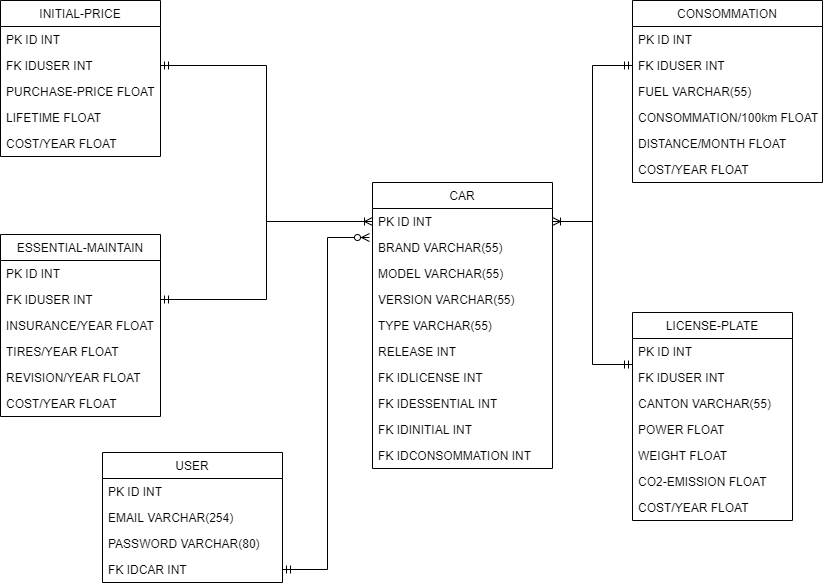
The draw.io diagram Documentation/Sprint1/DB-MLD.PNG in ThomasCPNV/CcubeProject, before a commit. Source tidied: cells renumbered, new cells last; positions are measured from the earlier drawing's top-left corner, leaving out a move shared by most shapes.
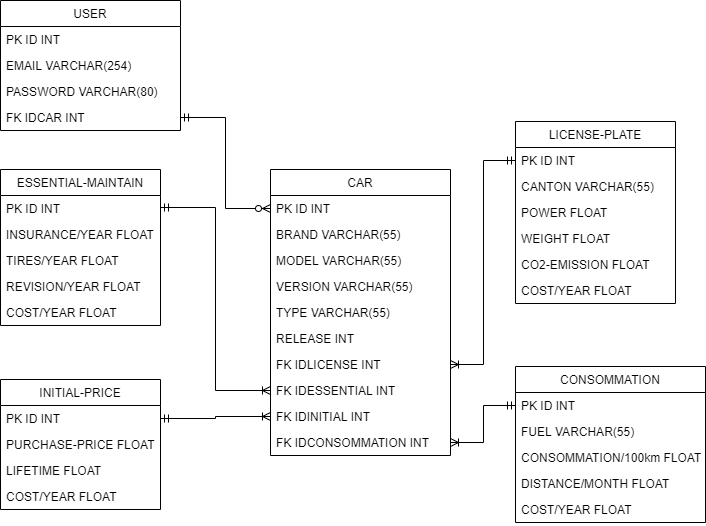
The same file after the commit.

Change to the diagram source:
```diff
@@ -3,7 +3,7 @@
     <mxCell id="0" />
     <mxCell id="1" parent="0" />
     <mxCell id="2" value="CAR" style="swimlane;fontStyle=0;horizontal=1;startSize=26;fillColor=none;" parent="1" vertex="1">
-      <mxGeometry x="372" y="182" width="180" height="286" as="geometry" />
+      <mxGeometry x="282" y="133" width="180" height="286" as="geometry" />
     </mxCell>
     <mxCell id="3" value="PK ID INT" style="text;strokeColor=none;fillColor=none;align=left;verticalAlign=top;spacingLeft=4;spacingRight=4;overflow=hidden;points=[[0,0.5],[1,0.5]];portConstraint=eastwest;" parent="2" vertex="1">
       <mxGeometry y="26" width="180" height="26" as="geometry" />
@@ -36,103 +36,91 @@
       <mxGeometry y="260" width="180" height="26" as="geometry" />
     </mxCell>
     <mxCell id="13" value="LICENSE-PLATE" style="swimlane;fontStyle=0;horizontal=1;startSize=26;fillColor=none;" parent="1" vertex="1">
-      <mxGeometry x="632" y="312" width="160" height="208" as="geometry" />
+      <mxGeometry x="527" y="85" width="160" height="182" as="geometry" />
     </mxCell>
     <mxCell id="14" value="PK ID INT" style="text;strokeColor=none;fillColor=none;align=left;verticalAlign=top;spacingLeft=4;spacingRight=4;overflow=hidden;points=[[0,0.5],[1,0.5]];portConstraint=eastwest;" parent="13" vertex="1">
       <mxGeometry y="26" width="160" height="26" as="geometry" />
     </mxCell>
-    <mxCell id="15" value="FK IDUSER INT" style="text;strokeColor=none;fillColor=none;align=left;verticalAlign=top;spacingLeft=4;spacingRight=4;overflow=hidden;" parent="13" vertex="1">
-      <mxGeometry y="52" width="160" height="26" as="geometry" />
-    </mxCell>
     <mxCell id="16" value="CANTON VARCHAR(55)" style="text;strokeColor=none;fillColor=none;align=left;verticalAlign=top;spacingLeft=4;spacingRight=4;overflow=hidden;" parent="13" vertex="1">
-      <mxGeometry y="78" width="160" height="26" as="geometry" />
+      <mxGeometry y="52" width="160" height="26" as="geometry" />
     </mxCell>
     <mxCell id="17" value="POWER FLOAT" style="text;strokeColor=none;fillColor=none;align=left;verticalAlign=top;spacingLeft=4;spacingRight=4;overflow=hidden;" parent="13" vertex="1">
-      <mxGeometry y="104" width="160" height="26" as="geometry" />
+      <mxGeometry y="78" width="160" height="26" as="geometry" />
     </mxCell>
     <mxCell id="18" value="WEIGHT FLOAT" style="text;strokeColor=none;fillColor=none;align=left;verticalAlign=top;spacingLeft=4;spacingRight=4;overflow=hidden;" parent="13" vertex="1">
-      <mxGeometry y="130" width="160" height="26" as="geometry" />
+      <mxGeometry y="104" width="160" height="26" as="geometry" />
     </mxCell>
     <mxCell id="19" value="CO2-EMISSION FLOAT" style="text;strokeColor=none;fillColor=none;align=left;verticalAlign=top;spacingLeft=4;spacingRight=4;overflow=hidden;" parent="13" vertex="1">
-      <mxGeometry y="156" width="160" height="26" as="geometry" />
+      <mxGeometry y="130" width="160" height="26" as="geometry" />
     </mxCell>
     <mxCell id="20" value="COST/YEAR FLOAT" style="text;strokeColor=none;fillColor=none;align=left;verticalAlign=top;spacingLeft=4;spacingRight=4;overflow=hidden;" parent="13" vertex="1">
-      <mxGeometry y="182" width="160" height="26" as="geometry" />
+      <mxGeometry y="156" width="160" height="26" as="geometry" />
     </mxCell>
     <mxCell id="21" value="ESSENTIAL-MAINTAIN" style="swimlane;fontStyle=0;horizontal=1;startSize=26;fillColor=none;" parent="1" vertex="1">
-      <mxGeometry y="234" width="160" height="182" as="geometry" />
+      <mxGeometry x="12" y="133" width="160" height="156" as="geometry" />
     </mxCell>
     <mxCell id="22" value="PK ID INT" style="text;strokeColor=none;fillColor=none;align=left;verticalAlign=top;spacingLeft=4;spacingRight=4;overflow=hidden;points=[[0,0.5],[1,0.5]];portConstraint=eastwest;" parent="21" vertex="1">
       <mxGeometry y="26" width="160" height="26" as="geometry" />
     </mxCell>
-    <mxCell id="23" value="FK IDUSER INT" style="text;strokeColor=none;fillColor=none;align=left;verticalAlign=top;spacingLeft=4;spacingRight=4;overflow=hidden;points=[[0,0.5],[1,0.5]];portConstraint=eastwest;" parent="21" vertex="1">
-      <mxGeometry y="52" width="160" height="26" as="geometry" />
-    </mxCell>
     <mxCell id="24" value="INSURANCE/YEAR FLOAT" style="text;strokeColor=none;fillColor=none;align=left;verticalAlign=top;spacingLeft=4;spacingRight=4;overflow=hidden;" parent="21" vertex="1">
-      <mxGeometry y="78" width="160" height="26" as="geometry" />
+      <mxGeometry y="52" width="160" height="26" as="geometry" />
     </mxCell>
     <mxCell id="25" value="TIRES/YEAR FLOAT" style="text;strokeColor=none;fillColor=none;align=left;verticalAlign=top;spacingLeft=4;spacingRight=4;overflow=hidden;" parent="21" vertex="1">
-      <mxGeometry y="104" width="160" height="26" as="geometry" />
+      <mxGeometry y="78" width="160" height="26" as="geometry" />
     </mxCell>
     <mxCell id="26" value="REVISION/YEAR FLOAT" style="text;strokeColor=none;fillColor=none;align=left;verticalAlign=top;spacingLeft=4;spacingRight=4;overflow=hidden;" parent="21" vertex="1">
-      <mxGeometry y="130" width="160" height="26" as="geometry" />
+      <mxGeometry y="104" width="160" height="26" as="geometry" />
     </mxCell>
     <mxCell id="27" value="COST/YEAR FLOAT" style="text;strokeColor=none;fillColor=none;align=left;verticalAlign=top;spacingLeft=4;spacingRight=4;overflow=hidden;" parent="21" vertex="1">
-      <mxGeometry y="156" width="160" height="26" as="geometry" />
+      <mxGeometry y="130" width="160" height="26" as="geometry" />
     </mxCell>
     <mxCell id="28" value="INITIAL-PRICE" style="swimlane;fontStyle=0;horizontal=1;startSize=26;fillColor=none;" parent="1" vertex="1">
-      <mxGeometry width="160" height="156" as="geometry" />
+      <mxGeometry x="12" y="343" width="160" height="130" as="geometry" />
     </mxCell>
     <mxCell id="29" value="PK ID INT" style="text;strokeColor=none;fillColor=none;align=left;verticalAlign=top;spacingLeft=4;spacingRight=4;overflow=hidden;points=[[0,0.5],[1,0.5]];portConstraint=eastwest;" parent="28" vertex="1">
       <mxGeometry y="26" width="160" height="26" as="geometry" />
     </mxCell>
-    <mxCell id="30" value="FK IDUSER INT" style="text;strokeColor=none;fillColor=none;align=left;verticalAlign=top;spacingLeft=4;spacingRight=4;overflow=hidden;points=[[0,0.5],[1,0.5]];portConstraint=eastwest;" parent="28" vertex="1">
-      <mxGeometry y="52" width="160" height="26" as="geometry" />
-    </mxCell>
     <mxCell id="31" value="PURCHASE-PRICE FLOAT" style="text;strokeColor=none;fillColor=none;align=left;verticalAlign=top;spacingLeft=4;spacingRight=4;overflow=hidden;" parent="28" vertex="1">
-      <mxGeometry y="78" width="160" height="26" as="geometry" />
+      <mxGeometry y="52" width="160" height="26" as="geometry" />
     </mxCell>
     <mxCell id="32" value="LIFETIME FLOAT" style="text;strokeColor=none;fillColor=none;align=left;verticalAlign=top;spacingLeft=4;spacingRight=4;overflow=hidden;" parent="28" vertex="1">
-      <mxGeometry y="104" width="160" height="26" as="geometry" />
+      <mxGeometry y="78" width="160" height="26" as="geometry" />
     </mxCell>
     <mxCell id="33" value="COST/YEAR FLOAT" style="text;strokeColor=none;fillColor=none;align=left;verticalAlign=top;spacingLeft=4;spacingRight=4;overflow=hidden;" parent="28" vertex="1">
-      <mxGeometry y="130" width="160" height="26" as="geometry" />
+      <mxGeometry y="104" width="160" height="26" as="geometry" />
     </mxCell>
     <mxCell id="34" value="CONSOMMATION" style="swimlane;fontStyle=0;horizontal=1;startSize=26;fillColor=none;" parent="1" vertex="1">
-      <mxGeometry x="632" width="190" height="182" as="geometry" />
+      <mxGeometry x="527" y="330" width="190" height="156" as="geometry" />
     </mxCell>
     <mxCell id="35" value="PK ID INT" style="text;strokeColor=none;fillColor=none;align=left;verticalAlign=top;spacingLeft=4;spacingRight=4;overflow=hidden;points=[[0,0.5],[1,0.5]];portConstraint=eastwest;" parent="34" vertex="1">
       <mxGeometry y="26" width="190" height="26" as="geometry" />
     </mxCell>
-    <mxCell id="36" value="FK IDUSER INT" style="text;strokeColor=none;fillColor=none;align=left;verticalAlign=top;spacingLeft=4;spacingRight=4;overflow=hidden;points=[[0,0.5],[1,0.5]];portConstraint=eastwest;" parent="34" vertex="1">
-      <mxGeometry y="52" width="190" height="26" as="geometry" />
-    </mxCell>
     <mxCell id="37" value="FUEL VARCHAR(55)" style="text;strokeColor=none;fillColor=none;align=left;verticalAlign=top;spacingLeft=4;spacingRight=4;overflow=hidden;" parent="34" vertex="1">
-      <mxGeometry y="78" width="190" height="26" as="geometry" />
+      <mxGeometry y="52" width="190" height="26" as="geometry" />
     </mxCell>
     <mxCell id="38" value="CONSOMMATION/100km FLOAT" style="text;strokeColor=none;fillColor=none;align=left;verticalAlign=top;spacingLeft=4;spacingRight=4;overflow=hidden;" parent="34" vertex="1">
-      <mxGeometry y="104" width="190" height="26" as="geometry" />
+      <mxGeometry y="78" width="190" height="26" as="geometry" />
     </mxCell>
     <mxCell id="39" value="DISTANCE/MONTH FLOAT" style="text;strokeColor=none;fillColor=none;align=left;verticalAlign=top;spacingLeft=4;spacingRight=4;overflow=hidden;" parent="34" vertex="1">
-      <mxGeometry y="130" width="190" height="26" as="geometry" />
+      <mxGeometry y="104" width="190" height="26" as="geometry" />
     </mxCell>
     <mxCell id="40" value="COST/YEAR FLOAT" style="text;strokeColor=none;fillColor=none;align=left;verticalAlign=top;spacingLeft=4;spacingRight=4;overflow=hidden;" parent="34" vertex="1">
-      <mxGeometry y="156" width="190" height="26" as="geometry" />
+      <mxGeometry y="130" width="190" height="26" as="geometry" />
     </mxCell>
-    <mxCell id="41" style="edgeStyle=orthogonalEdgeStyle;rounded=0;jettySize=auto;html=1;entryX=1;entryY=0.5;entryDx=0;entryDy=0;exitX=0;exitY=0.5;exitDx=0;exitDy=0;endArrow=ERmandOne;endFill=0;" parent="1" edge="1" source="3" target="30">
+    <mxCell id="41" style="edgeStyle=orthogonalEdgeStyle;rounded=0;jettySize=auto;html=1;entryX=1;entryY=0.5;entryDx=0;entryDy=0;exitX=0;exitY=0.5;exitDx=0;exitDy=0;endArrow=ERmandOne;endFill=0;startArrow=ERoneToMany;startFill=0;" parent="1" edge="1" source="11" target="29">
       <mxGeometry relative="1" as="geometry" />
     </mxCell>
-    <mxCell id="42" style="edgeStyle=orthogonalEdgeStyle;rounded=0;jettySize=auto;html=1;exitX=0;exitY=0.5;exitDx=0;exitDy=0;endArrow=ERmandOne;endFill=0;startArrow=ERoneToMany;startFill=0;" parent="1" edge="1" source="3" target="23">
+    <mxCell id="42" style="edgeStyle=orthogonalEdgeStyle;rounded=0;jettySize=auto;html=1;exitX=0;exitY=0.5;exitDx=0;exitDy=0;endArrow=ERmandOne;endFill=0;startArrow=ERoneToMany;startFill=0;entryX=1;entryY=0.462;entryDx=0;entryDy=0;entryPerimeter=0;" parent="1" edge="1" source="10" target="22">
       <mxGeometry relative="1" as="geometry" />
     </mxCell>
-    <mxCell id="43" style="edgeStyle=orthogonalEdgeStyle;rounded=0;jettySize=auto;html=1;exitX=1;exitY=0.5;exitDx=0;exitDy=0;entryX=0;entryY=0.5;entryDx=0;entryDy=0;endArrow=ERmandOne;endFill=0;startArrow=ERoneToMany;startFill=0;" parent="1" edge="1" source="3" target="36">
+    <mxCell id="43" style="edgeStyle=orthogonalEdgeStyle;rounded=0;jettySize=auto;html=1;exitX=1;exitY=0.5;exitDx=0;exitDy=0;entryX=0;entryY=0.5;entryDx=0;entryDy=0;endArrow=ERmandOne;endFill=0;startArrow=ERoneToMany;startFill=0;" parent="1" edge="1" source="12" target="35">
       <mxGeometry relative="1" as="geometry" />
     </mxCell>
-    <mxCell id="44" style="edgeStyle=orthogonalEdgeStyle;rounded=0;jettySize=auto;html=1;exitX=1;exitY=0.5;exitDx=0;exitDy=0;entryX=0;entryY=0.25;entryDx=0;entryDy=0;endArrow=ERmandOne;endFill=0;" parent="1" edge="1" source="3" target="13">
+    <mxCell id="44" style="edgeStyle=orthogonalEdgeStyle;rounded=0;jettySize=auto;html=1;exitX=1;exitY=0.5;exitDx=0;exitDy=0;entryX=0;entryY=0.5;entryDx=0;entryDy=0;endArrow=ERmandOne;endFill=0;startArrow=ERoneToMany;startFill=0;" parent="1" edge="1" source="9" target="14">
       <mxGeometry relative="1" as="geometry" />
     </mxCell>
     <mxCell id="45" value="USER" style="swimlane;fontStyle=0;horizontal=1;startSize=26;fillColor=none;" parent="1" vertex="1">
-      <mxGeometry x="102" y="452" width="180" height="130" as="geometry" />
+      <mxGeometry x="12" y="-36" width="180" height="130" as="geometry" />
     </mxCell>
     <mxCell id="46" value="PK ID INT" style="text;strokeColor=none;fillColor=none;align=left;verticalAlign=top;spacingLeft=4;spacingRight=4;overflow=hidden;" parent="45" vertex="1">
       <mxGeometry y="26" width="180" height="26" as="geometry" />
@@ -146,7 +134,7 @@
     <mxCell id="49" value="FK IDCAR INT" style="text;strokeColor=none;fillColor=none;align=left;verticalAlign=top;spacingLeft=4;spacingRight=4;overflow=hidden;points=[[0,0.5],[1,0.5]];portConstraint=eastwest;" parent="45" vertex="1">
       <mxGeometry y="104" width="180" height="26" as="geometry" />
     </mxCell>
-    <mxCell id="50" style="edgeStyle=orthogonalEdgeStyle;rounded=0;jettySize=auto;html=1;exitX=1;exitY=0.5;exitDx=0;exitDy=0;startArrow=ERmandOne;startFill=0;endArrow=ERzeroToMany;endFill=1;entryX=-0.017;entryY=1.115;entryDx=0;entryDy=0;entryPerimeter=0;" parent="1" edge="1" source="49" target="3">
+    <mxCell id="50" style="edgeStyle=orthogonalEdgeStyle;rounded=0;jettySize=auto;html=1;exitX=1;exitY=0.5;exitDx=0;exitDy=0;startArrow=ERmandOne;startFill=0;endArrow=ERzeroToMany;endFill=1;entryX=0;entryY=0.5;entryDx=0;entryDy=0;" parent="1" edge="1" source="49" target="3">
       <mxGeometry relative="1" as="geometry" />
     </mxCell>
   </root>
```
